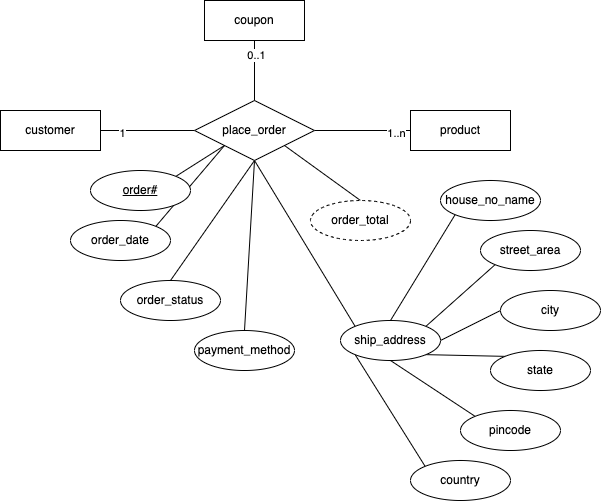
Earlier version of the draw.io export 24-03-23/images/ternary.dio.png (vinod-kayartaya/INFOSYS-RDBMS-POSTGRES-MARCH-2023). Source tidied: cells renumbered, new cells last; positions are measured from the earlier drawing's top-left corner, leaving out a move shared by most shapes. Its diagram source:
```xml
<mxGraphModel>
  <root>
    <mxCell id="0" />
    <mxCell id="1" parent="0" />
    <mxCell id="2" style="edgeStyle=none;html=1;exitX=1;exitY=0.5;exitDx=0;exitDy=0;entryX=0;entryY=0.5;entryDx=0;entryDy=0;endArrow=none;endFill=0;" parent="1" edge="1" source="4" target="14">
      <mxGeometry relative="1" as="geometry" />
    </mxCell>
    <mxCell id="3" value="1" style="edgeLabel;html=1;align=center;verticalAlign=middle;" parent="2" vertex="1">
      <mxGeometry x="-0.56" y="-2" relative="1" as="geometry" />
    </mxCell>
    <mxCell id="4" value="customer" style="whiteSpace=wrap;html=1;align=center;" parent="1" vertex="1">
      <mxGeometry y="110" width="100" height="40" as="geometry" />
    </mxCell>
    <mxCell id="5" value="product" style="whiteSpace=wrap;html=1;align=center;" parent="1" vertex="1">
      <mxGeometry x="410" y="110" width="100" height="40" as="geometry" />
    </mxCell>
    <mxCell id="6" style="edgeStyle=none;html=1;exitX=1;exitY=0.5;exitDx=0;exitDy=0;entryX=0;entryY=0.5;entryDx=0;entryDy=0;endArrow=none;endFill=0;" parent="1" edge="1" source="14" target="5">
      <mxGeometry relative="1" as="geometry" />
    </mxCell>
    <mxCell id="7" value="1..n" style="edgeLabel;html=1;align=center;verticalAlign=middle;" parent="6" vertex="1">
      <mxGeometry x="0.68" y="-2" relative="1" as="geometry" />
    </mxCell>
    <mxCell id="8" style="edgeStyle=none;html=1;exitX=0;exitY=1;exitDx=0;exitDy=0;entryX=1;entryY=0;entryDx=0;entryDy=0;endArrow=none;endFill=0;" parent="1" edge="1" source="14" target="35">
      <mxGeometry relative="1" as="geometry" />
    </mxCell>
    <mxCell id="9" style="edgeStyle=none;html=1;exitX=0;exitY=1;exitDx=0;exitDy=0;entryX=1;entryY=0;entryDx=0;entryDy=0;endArrow=none;endFill=0;" parent="1" edge="1" source="14" target="18">
      <mxGeometry relative="1" as="geometry" />
    </mxCell>
    <mxCell id="10" style="edgeStyle=none;html=1;exitX=0.5;exitY=1;exitDx=0;exitDy=0;entryX=0.5;entryY=0;entryDx=0;entryDy=0;endArrow=none;endFill=0;" parent="1" edge="1" source="14" target="19">
      <mxGeometry relative="1" as="geometry" />
    </mxCell>
    <mxCell id="11" style="edgeStyle=none;html=1;exitX=0.5;exitY=1;exitDx=0;exitDy=0;entryX=0.5;entryY=0;entryDx=0;entryDy=0;endArrow=none;endFill=0;" parent="1" edge="1" source="14" target="20">
      <mxGeometry relative="1" as="geometry" />
    </mxCell>
    <mxCell id="12" style="edgeStyle=none;html=1;exitX=0.5;exitY=1;exitDx=0;exitDy=0;entryX=0;entryY=0;entryDx=0;entryDy=0;endArrow=none;endFill=0;" parent="1" edge="1" source="14" target="28">
      <mxGeometry relative="1" as="geometry" />
    </mxCell>
    <mxCell id="13" style="edgeStyle=none;html=1;exitX=1;exitY=1;exitDx=0;exitDy=0;entryX=0.5;entryY=0;entryDx=0;entryDy=0;endArrow=none;endFill=0;" parent="1" edge="1" source="14" target="21">
      <mxGeometry relative="1" as="geometry" />
    </mxCell>
    <mxCell id="14" value="place_order" style="shape=rhombus;perimeter=rhombusPerimeter;whiteSpace=wrap;html=1;align=center;" parent="1" vertex="1">
      <mxGeometry x="194" y="100" width="120" height="60" as="geometry" />
    </mxCell>
    <mxCell id="15" style="edgeStyle=none;html=1;exitX=0.5;exitY=1;exitDx=0;exitDy=0;endArrow=none;endFill=0;" parent="1" edge="1" source="17" target="14">
      <mxGeometry relative="1" as="geometry" />
    </mxCell>
    <mxCell id="16" value="0..1" style="edgeLabel;html=1;align=center;verticalAlign=middle;" parent="15" vertex="1">
      <mxGeometry x="-0.54" y="1" relative="1" as="geometry" />
    </mxCell>
    <mxCell id="17" value="coupon" style="whiteSpace=wrap;html=1;align=center;" parent="1" vertex="1">
      <mxGeometry x="204" width="100" height="40" as="geometry" />
    </mxCell>
    <mxCell id="18" value="order_date" style="ellipse;whiteSpace=wrap;html=1;align=center;" parent="1" vertex="1">
      <mxGeometry x="70" y="220" width="100" height="40" as="geometry" />
    </mxCell>
    <mxCell id="19" value="order_status" style="ellipse;whiteSpace=wrap;html=1;align=center;" parent="1" vertex="1">
      <mxGeometry x="120" y="280" width="100" height="40" as="geometry" />
    </mxCell>
    <mxCell id="20" value="payment_method" style="ellipse;whiteSpace=wrap;html=1;align=center;" parent="1" vertex="1">
      <mxGeometry x="194" y="330" width="100" height="40" as="geometry" />
    </mxCell>
    <mxCell id="21" value="order_total" style="ellipse;whiteSpace=wrap;html=1;align=center;dashed=1;" parent="1" vertex="1">
      <mxGeometry x="310" y="200" width="100" height="40" as="geometry" />
    </mxCell>
    <mxCell id="22" style="edgeStyle=none;html=1;exitX=0.5;exitY=0;exitDx=0;exitDy=0;entryX=0;entryY=1;entryDx=0;entryDy=0;endArrow=none;endFill=0;" parent="1" edge="1" source="28" target="29">
      <mxGeometry relative="1" as="geometry" />
    </mxCell>
    <mxCell id="23" style="edgeStyle=none;html=1;exitX=1;exitY=0;exitDx=0;exitDy=0;entryX=0;entryY=1;entryDx=0;entryDy=0;endArrow=none;endFill=0;" parent="1" edge="1" source="28" target="30">
      <mxGeometry relative="1" as="geometry" />
    </mxCell>
    <mxCell id="24" style="edgeStyle=none;html=1;exitX=1;exitY=0.5;exitDx=0;exitDy=0;entryX=0;entryY=0.5;entryDx=0;entryDy=0;endArrow=none;endFill=0;" parent="1" edge="1" source="28" target="34">
      <mxGeometry relative="1" as="geometry" />
    </mxCell>
    <mxCell id="25" style="edgeStyle=none;html=1;exitX=1;exitY=1;exitDx=0;exitDy=0;entryX=0;entryY=0;entryDx=0;entryDy=0;endArrow=none;endFill=0;" parent="1" edge="1" source="28" target="31">
      <mxGeometry relative="1" as="geometry" />
    </mxCell>
    <mxCell id="26" style="edgeStyle=none;html=1;exitX=0.5;exitY=1;exitDx=0;exitDy=0;entryX=0;entryY=0;entryDx=0;entryDy=0;endArrow=none;endFill=0;" parent="1" edge="1" source="28" target="32">
      <mxGeometry relative="1" as="geometry" />
    </mxCell>
    <mxCell id="27" style="edgeStyle=none;html=1;exitX=0;exitY=1;exitDx=0;exitDy=0;entryX=0;entryY=0;entryDx=0;entryDy=0;endArrow=none;endFill=0;" parent="1" edge="1" source="28" target="33">
      <mxGeometry relative="1" as="geometry" />
    </mxCell>
    <mxCell id="28" value="ship_address" style="ellipse;whiteSpace=wrap;html=1;align=center;" parent="1" vertex="1">
      <mxGeometry x="340" y="320" width="100" height="40" as="geometry" />
    </mxCell>
    <mxCell id="29" value="house_no_name" style="ellipse;whiteSpace=wrap;html=1;align=center;" parent="1" vertex="1">
      <mxGeometry x="440" y="180" width="100" height="40" as="geometry" />
    </mxCell>
    <mxCell id="30" value="street_area" style="ellipse;whiteSpace=wrap;html=1;align=center;" parent="1" vertex="1">
      <mxGeometry x="480" y="230" width="100" height="40" as="geometry" />
    </mxCell>
    <mxCell id="31" value="state" style="ellipse;whiteSpace=wrap;html=1;align=center;" parent="1" vertex="1">
      <mxGeometry x="490" y="350" width="100" height="40" as="geometry" />
    </mxCell>
    <mxCell id="32" value="pincode" style="ellipse;whiteSpace=wrap;html=1;align=center;" parent="1" vertex="1">
      <mxGeometry x="460" y="410" width="100" height="40" as="geometry" />
    </mxCell>
    <mxCell id="33" value="country" style="ellipse;whiteSpace=wrap;html=1;align=center;" parent="1" vertex="1">
      <mxGeometry x="410" y="460" width="100" height="40" as="geometry" />
    </mxCell>
    <mxCell id="34" value="city" style="ellipse;whiteSpace=wrap;html=1;align=center;" parent="1" vertex="1">
      <mxGeometry x="500" y="290" width="100" height="40" as="geometry" />
    </mxCell>
    <mxCell id="35" value="order#" style="ellipse;whiteSpace=wrap;html=1;align=center;fontStyle=4;" parent="1" vertex="1">
      <mxGeometry x="90" y="170" width="100" height="40" as="geometry" />
    </mxCell>
  </root>
</mxGraphModel>
```
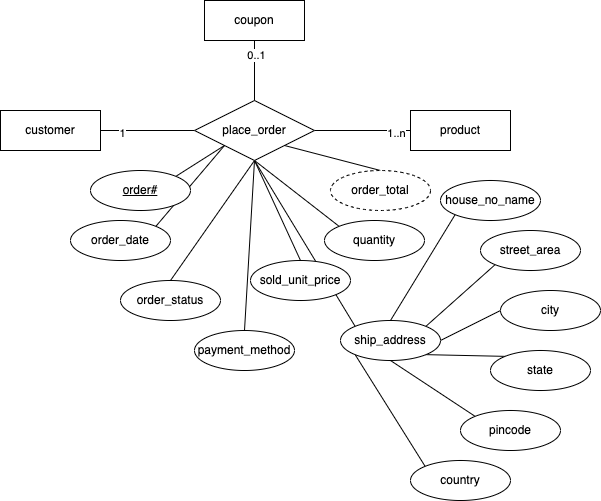
After the change.

Diff of the diagram source:
```diff
@@ -38,6 +38,12 @@
     <mxCell id="13" style="edgeStyle=none;html=1;exitX=1;exitY=1;exitDx=0;exitDy=0;entryX=0.5;entryY=0;entryDx=0;entryDy=0;endArrow=none;endFill=0;" parent="1" edge="1" source="14" target="21">
       <mxGeometry relative="1" as="geometry" />
     </mxCell>
+    <mxCell id="36" style="edgeStyle=none;html=1;exitX=0.5;exitY=1;exitDx=0;exitDy=0;entryX=0;entryY=0;entryDx=0;entryDy=0;endArrow=none;endFill=0;" parent="1" edge="1" source="14" target="38">
+      <mxGeometry relative="1" as="geometry" />
+    </mxCell>
+    <mxCell id="37" style="edgeStyle=none;html=1;exitX=0.5;exitY=1;exitDx=0;exitDy=0;entryX=0.5;entryY=0;entryDx=0;entryDy=0;endArrow=none;endFill=0;" parent="1" edge="1" source="14" target="39">
+      <mxGeometry relative="1" as="geometry" />
+    </mxCell>
     <mxCell id="14" value="place_order" style="shape=rhombus;perimeter=rhombusPerimeter;whiteSpace=wrap;html=1;align=center;" parent="1" vertex="1">
       <mxGeometry x="194" y="100" width="120" height="60" as="geometry" />
     </mxCell>
@@ -60,7 +66,7 @@
       <mxGeometry x="194" y="330" width="100" height="40" as="geometry" />
     </mxCell>
     <mxCell id="21" value="order_total" style="ellipse;whiteSpace=wrap;html=1;align=center;dashed=1;" parent="1" vertex="1">
-      <mxGeometry x="310" y="200" width="100" height="40" as="geometry" />
+      <mxGeometry x="330" y="170" width="100" height="40" as="geometry" />
     </mxCell>
     <mxCell id="22" style="edgeStyle=none;html=1;exitX=0.5;exitY=0;exitDx=0;exitDy=0;entryX=0;entryY=1;entryDx=0;entryDy=0;endArrow=none;endFill=0;" parent="1" edge="1" source="28" target="29">
       <mxGeometry relative="1" as="geometry" />
@@ -104,5 +110,11 @@
     <mxCell id="35" value="order#" style="ellipse;whiteSpace=wrap;html=1;align=center;fontStyle=4;" parent="1" vertex="1">
       <mxGeometry x="90" y="170" width="100" height="40" as="geometry" />
     </mxCell>
+    <mxCell id="38" value="quantity" style="ellipse;whiteSpace=wrap;html=1;align=center;" parent="1" vertex="1">
+      <mxGeometry x="324" y="220" width="100" height="40" as="geometry" />
+    </mxCell>
+    <mxCell id="39" value="sold_unit_price" style="ellipse;whiteSpace=wrap;html=1;align=center;" parent="1" vertex="1">
+      <mxGeometry x="250" y="260" width="100" height="40" as="geometry" />
+    </mxCell>
   </root>
 </mxGraphModel>
```
